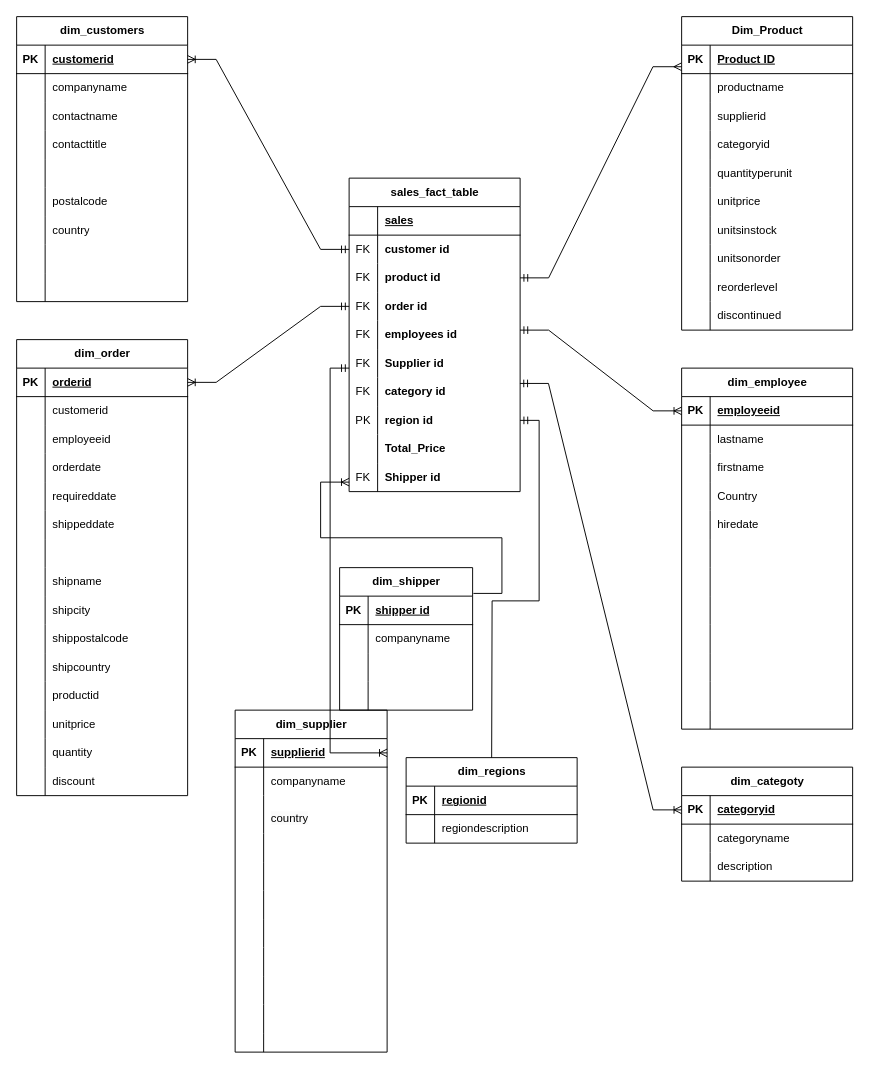
This is page "Final" (4 of 4) of Copy of Data storage_final before.drawio from AkhilaJagajjetty/datastorage, a draw.io file, before an edit. Source tidied: cells renumbered, new cells numbered last; positions are measured from the earlier drawing's top-left corner, leaving out a move shared by most shapes. Both pictures are drawn from the tidied source at 95%, with x=0, y=0 at pixel (16, 16).
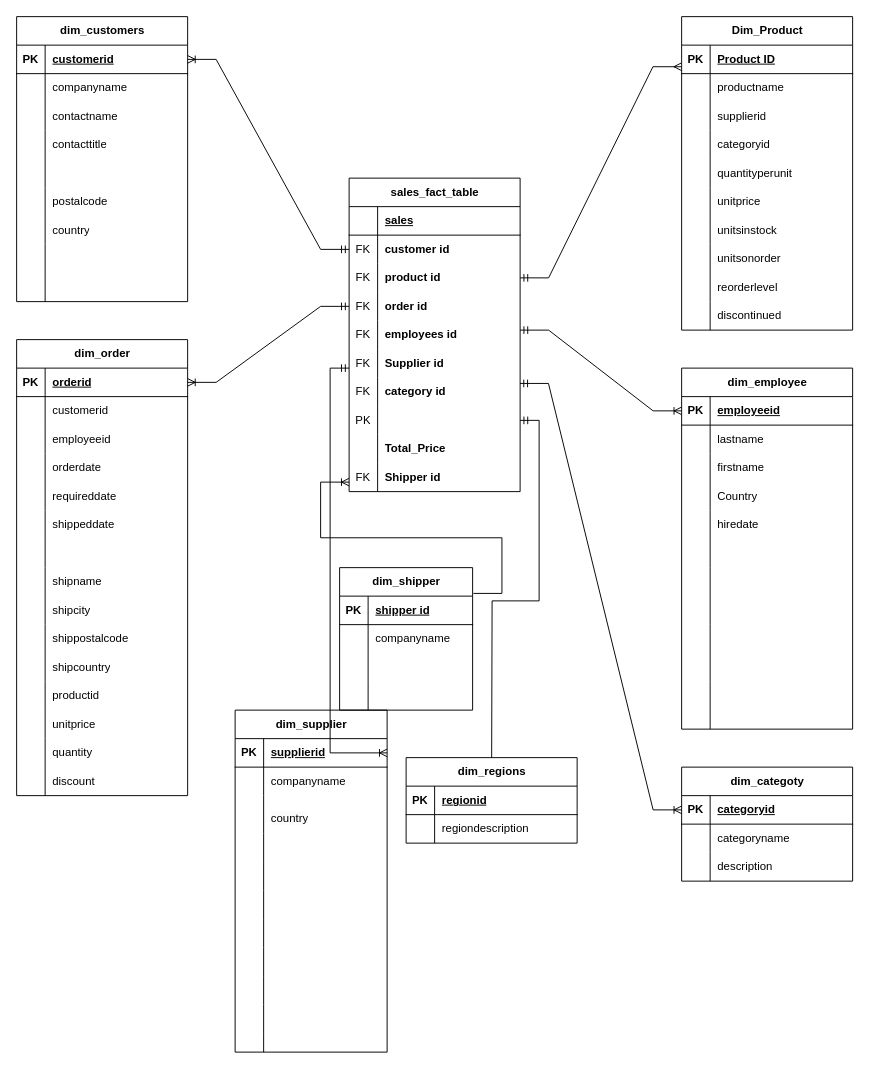
The same diagram, later.

Commit message:
Data storage_final star schema.drawio

The change refers to these unchanged cells:
```xml
<mxCell id="24" style="shape=tableRow;horizontal=0;startSize=0;swimlaneHead=0;swimlaneBody=0;fillColor=none;points=[[0,0.5],[1,0.5]];portConstraint=eastwest;top=0;left=0;right=0;bottom=0;" parent="2" vertex="1">
  <mxGeometry y="240" width="180" height="30" as="geometry" />
</mxCell>
```

The edit, as a diff of the source:
```diff
@@
-    <mxCell id="26" value="&lt;b&gt;region id&lt;/b&gt;" style="shape=partialRectangle;fillColor=none;top=0;left=0;bottom=0;right=0;align=left;spacingLeft=6;overflow=hidden;whiteSpace=wrap;html=1;" parent="24" vertex="1">
+    <mxCell id="26" style="shape=partialRectangle;fillColor=none;top=0;left=0;bottom=0;right=0;align=left;spacingLeft=6;overflow=hidden;whiteSpace=wrap;html=1;" parent="24" vertex="1">
       <mxGeometry x="30" width="150" height="30" as="geometry" />
     </mxCell>
```
